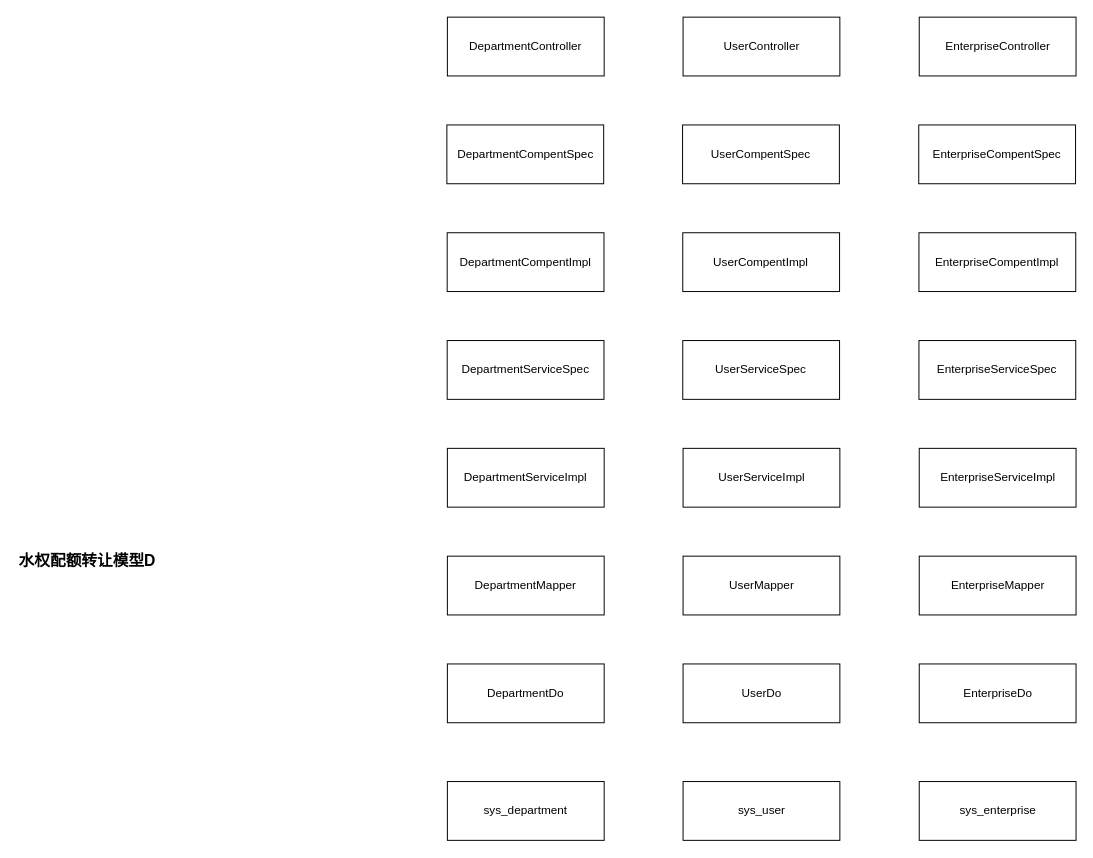
The draw.io diagram src/main/work/zhgt/water/liangshan/20231030115011.drawio in ab-doc/draw.io, before the edit. Source tidied: cells renumbered, new cells numbered last; positions are measured from the earlier drawing's top-left corner, leaving out a move shared by most shapes. Both pictures are drawn from the tidied source at 98%, with x=0, y=0 at pixel (17, 17).
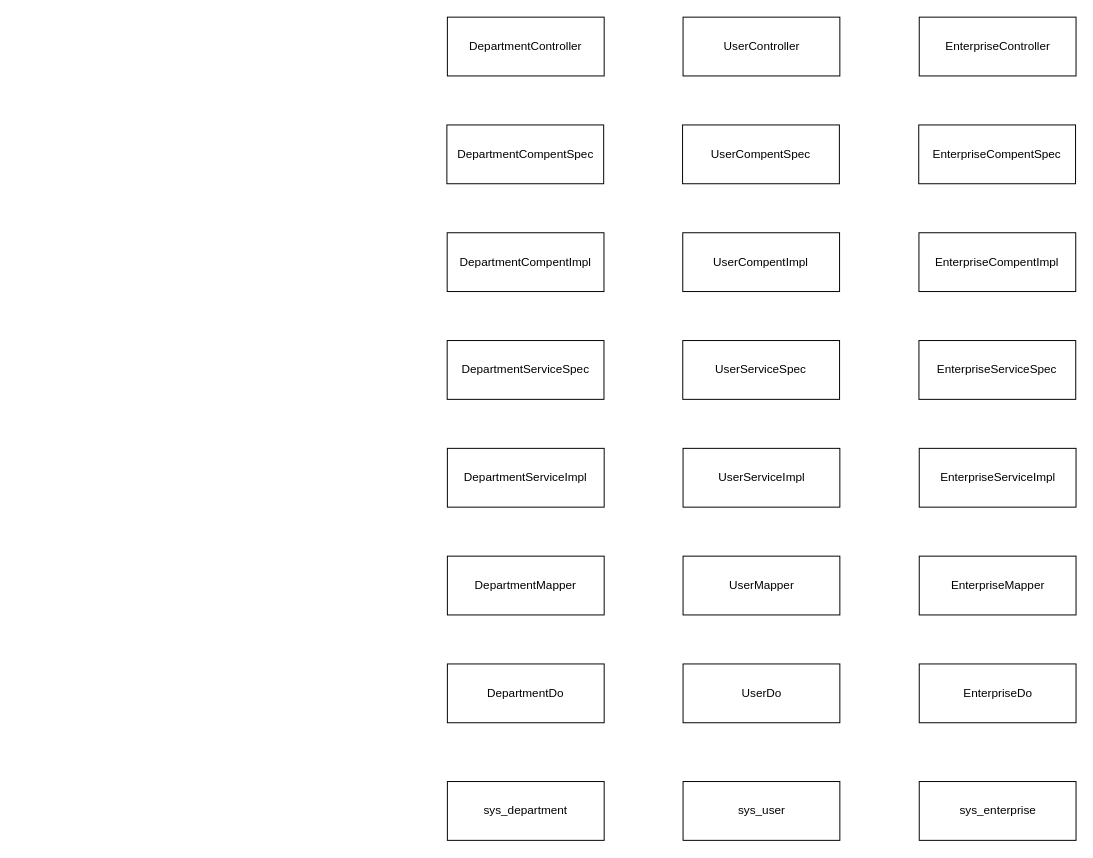
Above is the later version.

The edit, as a diff of the source:
```diff
@@
-    <mxCell id="2" value="&lt;b style=&quot;font-size: 16px;&quot;&gt;水权配额转让模型D&lt;/b&gt;" style="text;html=1;align=left;verticalAlign=middle;strokeColor=none;fillColor=none;fontSize=16;rounded=0;labelBackgroundColor=none;" parent="1" vertex="1">
-      <mxGeometry y="540" width="160" height="30" as="geometry" />
-    </mxCell>
```
